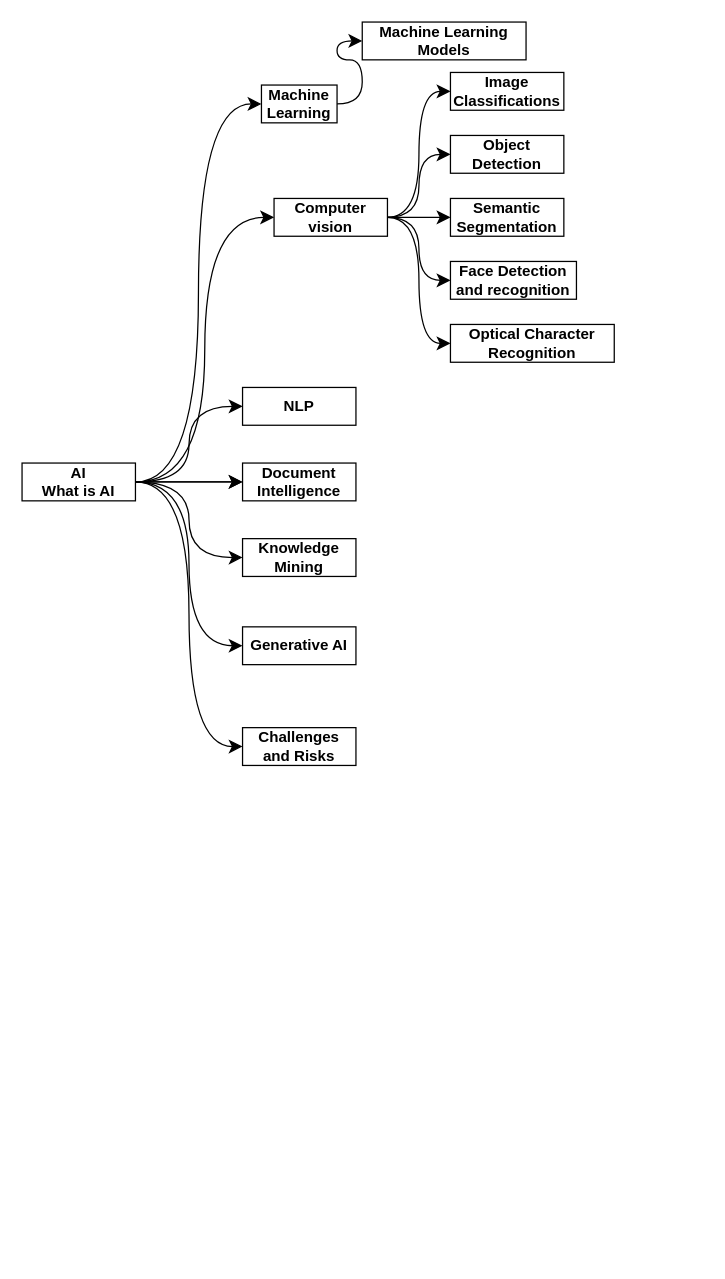
Before: page "AI" (1 of 3) of AI.drawio in Gaur4vGaur/probable-octo, a draw.io diagram. Source tidied: cells renumbered, new cells numbered last; positions are measured from the earlier drawing's top-left corner, leaving out a move shared by most shapes. Both pictures are drawn from the tidied source at 126%, with x=0, y=0 at pixel (21, 21).
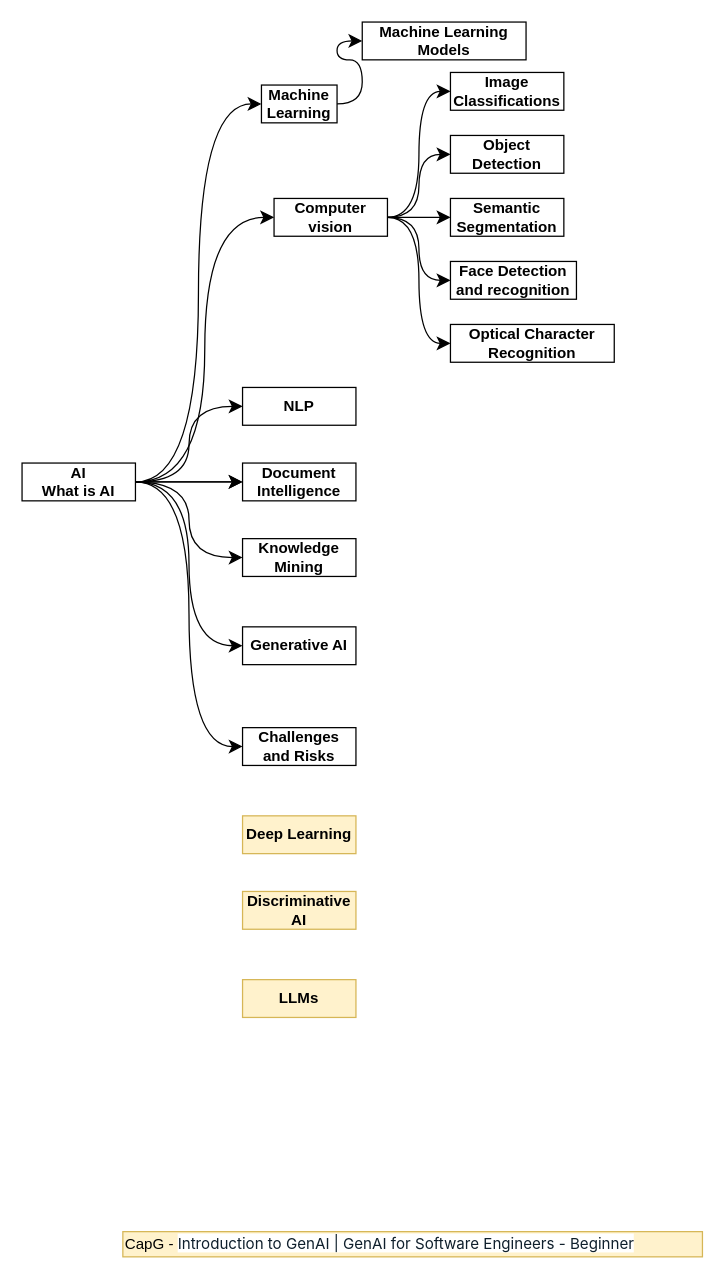
The same page after the edit.

What changed in the source:
```diff
@@
+    <mxCell id="30" value="&lt;b&gt;Deep Learning&lt;/b&gt;" style="rounded=0;whiteSpace=wrap;html=1;fillColor=#fff2cc;strokeColor=#d6b656;" parent="1" vertex="1">
+      <mxGeometry x="175" y="630" width="90" height="30" as="geometry" />
+    </mxCell>
+    <mxCell id="31" value="CapG -&amp;nbsp;&lt;span style=&quot;background-color: rgb(255, 255, 255); color: rgb(15, 31, 44); font-family: Inter, &amp;quot;Helvetica Neue&amp;quot;, Helvetica, Arial, sans-serif;&quot;&gt;&lt;font style=&quot;font-size: 12px;&quot;&gt;Introduction to GenAI | GenAI for Software Engineers - Beginner&lt;/font&gt;&lt;/span&gt;" style="rounded=0;whiteSpace=wrap;html=1;align=left;fillColor=#fff2cc;strokeColor=#d6b656;" parent="1" vertex="1">
+      <mxGeometry x="80" y="960" width="460" height="20" as="geometry" />
+    </mxCell>
+    <mxCell id="32" value="&lt;b&gt;Discriminative AI&lt;/b&gt;" style="rounded=0;whiteSpace=wrap;html=1;fillColor=#fff2cc;strokeColor=#d6b656;" parent="1" vertex="1">
+      <mxGeometry x="175" y="690" width="90" height="30" as="geometry" />
+    </mxCell>
+    <mxCell id="33" value="&lt;b&gt;LLMs&lt;/b&gt;" style="rounded=0;whiteSpace=wrap;html=1;fillColor=#fff2cc;strokeColor=#d6b656;" parent="1" vertex="1">
+      <mxGeometry x="175" y="760" width="90" height="30" as="geometry" />
+    </mxCell>
```
